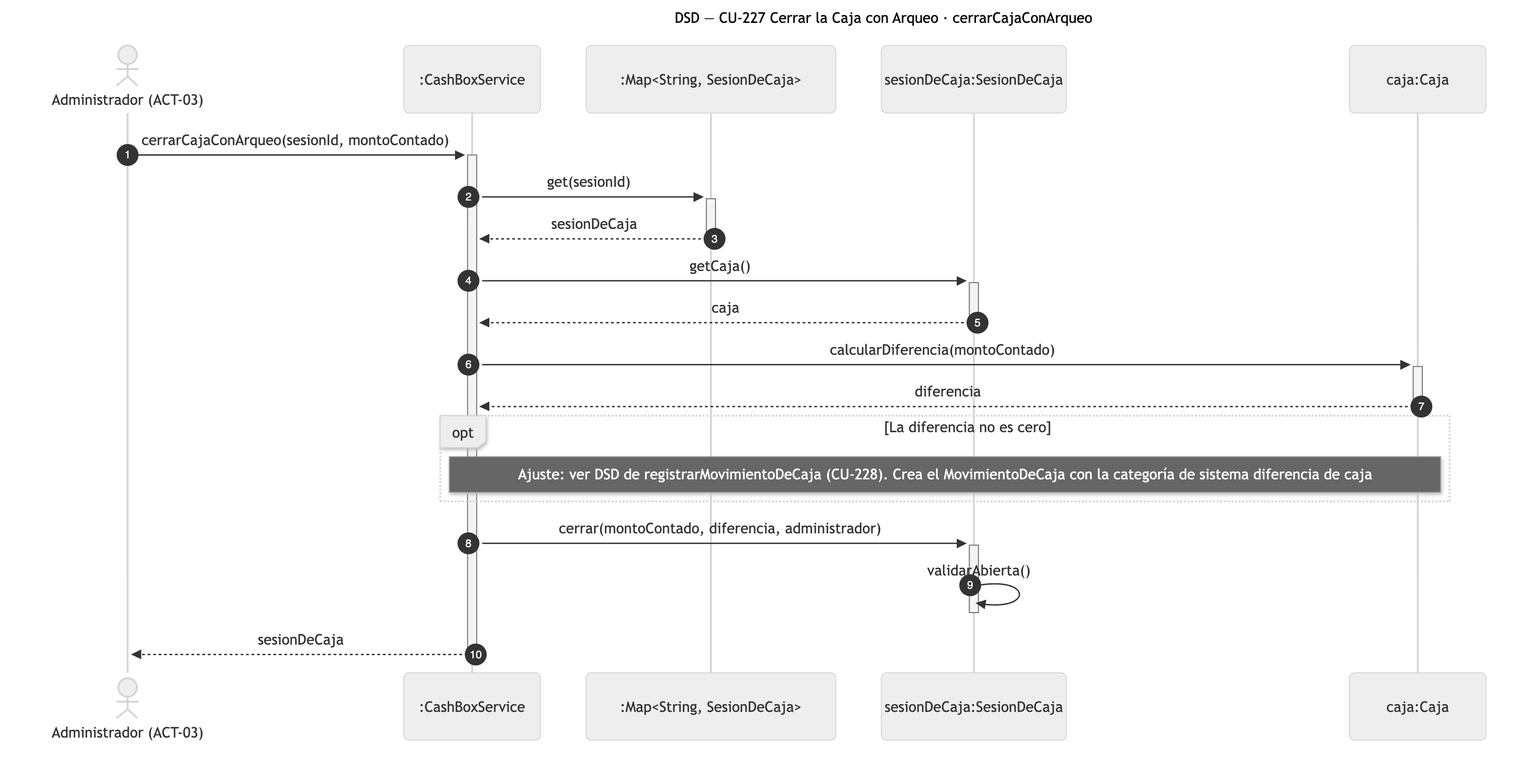
Before: diagramas/png/DSD_CU-227_cerrarCajaConArqueo.png, a diagram exported from Mermaid (Nahuelito-Dev/splg-docs). Its source is kept beside it as diagramas/DSD_CU-227_cerrarCajaConArqueo.mmd.
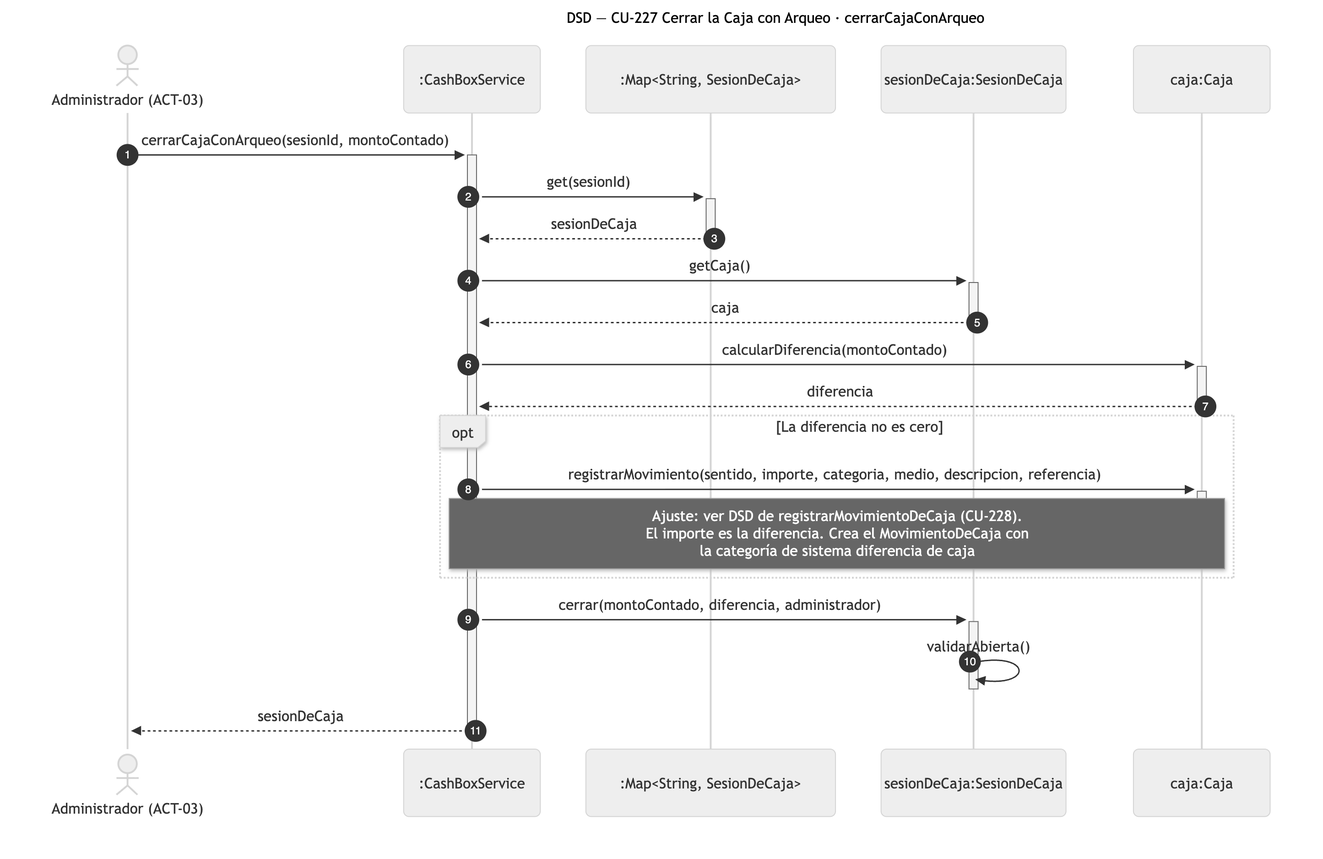
Later version of the same file.

Change to the diagram source:
```diff
@@ -15,7 +15,9 @@
     SRV->>+CAJ: calcularDiferencia(montoContado)
     CAJ-->>-SRV: diferencia
     opt La diferencia no es cero
-        Note over SRV,CAJ: Ajuste: ver DSD de registrarMovimientoDeCaja (CU-228). Crea el MovimientoDeCaja con la categoría de sistema diferencia de caja
+        SRV->>+CAJ: registrarMovimiento(sentido, importe, categoria, medio, descripcion, referencia)
+        Note over SRV,CAJ: Ajuste: ver DSD de registrarMovimientoDeCaja (CU-228).<br/>El importe es la diferencia. Crea el MovimientoDeCaja con<br/>la categoría de sistema diferencia de caja
+        deactivate CAJ
     end
     SRV->>+SES: cerrar(montoContado, diferencia, administrador)
     SES->>SES: validarAbierta()
```
